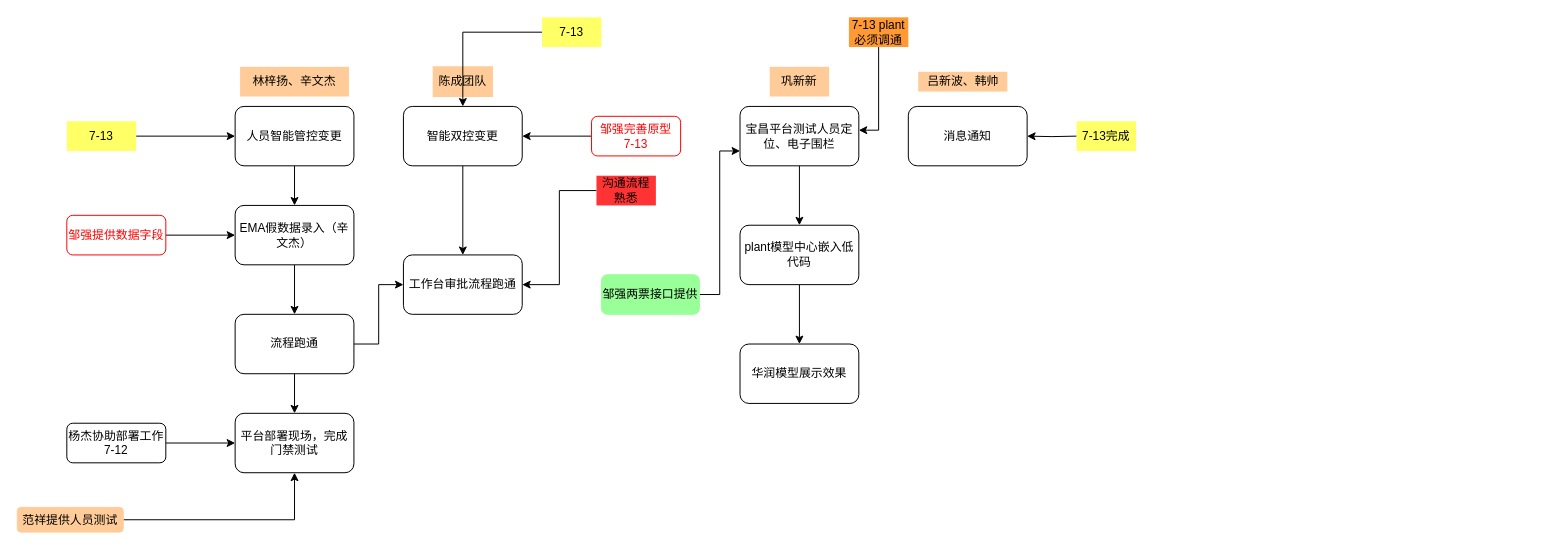
Before: huarun.drawio in xugaoyang/drawio_docs, a draw.io diagram. Source tidied: cells renumbered, new cells numbered last; positions are measured from the earlier drawing's top-left corner, leaving out a move shared by most shapes. Both pictures are drawn from the tidied source at 99%, with x=0, y=0 at pixel (17, 17).
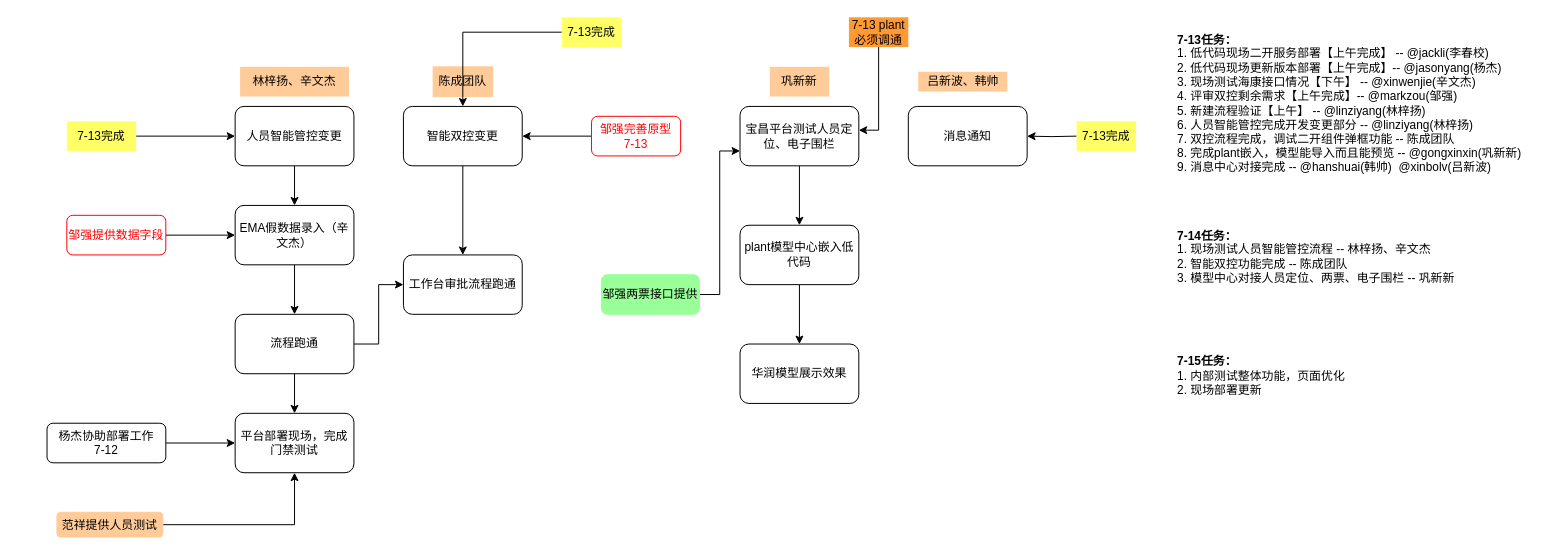
The same page after the edit.

Unchanged cells that the change refers to:
```xml
<mxCell id="17" value="工作台审批流程跑通" style="whiteSpace=wrap;html=1;rounded=1;" parent="1" vertex="1">
  <mxGeometry x="390" y="240" width="120" height="60" as="geometry" />
</mxCell>
```

Change to the diagram source:
```diff
@@
     <mxCell id="30" value="&lt;font color=&quot;#000000&quot;&gt;杨杰协助部署工作&lt;br&gt;7-12&lt;br&gt;&lt;/font&gt;" style="rounded=1;whiteSpace=wrap;html=1;fontColor=#FF0000;strokeColor=#000000;" parent="1" vertex="1">
-      <mxGeometry x="50" y="410" width="100" height="40" as="geometry" />
+      <mxGeometry x="30" y="410" width="120" height="40" as="geometry" />
     </mxCell>
@@
     <mxCell id="32" value="范祥提供人员测试" style="rounded=1;whiteSpace=wrap;html=1;shadow=0;fontColor=#000000;strokeColor=#FFCC99;fillColor=#FFCC99;" parent="1" vertex="1">
-      <mxGeometry y="495" width="107" height="25" as="geometry" />
+      <mxGeometry x="40" y="500" width="107" height="25" as="geometry" />
     </mxCell>
-    <mxCell id="33" style="edgeStyle=orthogonalEdgeStyle;rounded=0;jettySize=auto;html=1;entryX=1;entryY=0.5;entryDx=0;entryDy=0;fontColor=#000000;" parent="1" edge="1" source="34" target="17">
-      <mxGeometry relative="1" as="geometry" />
-    </mxCell>
-    <mxCell id="34" value="沟通流程熟悉" style="text;html=1;strokeColor=none;fillColor=#FF3333;align=center;verticalAlign=middle;whiteSpace=wrap;rounded=0;shadow=0;fontColor=#000000;" parent="1" vertex="1">
-      <mxGeometry x="585" y="160" width="60" height="30" as="geometry" />
-    </mxCell>
@@
-    <mxCell id="38" value="7-13" style="text;html=1;strokeColor=none;fillColor=#FFFF66;align=center;verticalAlign=middle;whiteSpace=wrap;rounded=0;" parent="1" vertex="1">
-      <mxGeometry x="530" width="60" height="30" as="geometry" />
+    <mxCell id="38" value="7-13完成" style="text;html=1;strokeColor=none;fillColor=#FFFF66;align=center;verticalAlign=middle;whiteSpace=wrap;rounded=0;" parent="1" vertex="1">
+      <mxGeometry x="550" width="60" height="30" as="geometry" />
     </mxCell>
@@
-    <mxCell id="40" value="7-13" style="text;html=1;strokeColor=none;fillColor=#FFFF66;align=center;verticalAlign=middle;whiteSpace=wrap;rounded=0;" parent="1" vertex="1">
+    <mxCell id="40" value="7-13完成" style="text;html=1;strokeColor=none;fillColor=#FFFF66;align=center;verticalAlign=middle;whiteSpace=wrap;rounded=0;" parent="1" vertex="1">
       <mxGeometry x="50" y="105" width="70" height="30" as="geometry" />
     </mxCell>
@@
+    <mxCell id="43" value="&lt;b&gt;&lt;br&gt;7-13任务：&lt;/b&gt;&lt;br&gt;1.&amp;nbsp;低代码现场二开服务部署【上午完成】&amp;nbsp;--&amp;nbsp;@jackli(李春校)&amp;nbsp;&amp;nbsp;&lt;br&gt;2.&amp;nbsp;低代码现场更新版本部署【上午完成】--&amp;nbsp;@jasonyang(杨杰)&amp;nbsp;&amp;nbsp;&lt;br&gt;3.&amp;nbsp;现场测试海康接口情况【下午】&amp;nbsp;--&amp;nbsp;@xinwenjie(辛文杰)&amp;nbsp;&amp;nbsp;&lt;br&gt;4.&amp;nbsp;评审双控剩余需求【上午完成】--&amp;nbsp;@markzou(邹强)&amp;nbsp;&amp;nbsp;&lt;br&gt;5.&amp;nbsp;新建流程验证【上午】&amp;nbsp;--&amp;nbsp;@linziyang(林梓扬)&amp;nbsp;&amp;nbsp;&lt;br&gt;6.&amp;nbsp;人员智能管控完成开发变更部分&amp;nbsp;--&amp;nbsp;@linziyang(林梓扬)&amp;nbsp;&amp;nbsp;&lt;br&gt;7.&amp;nbsp;双控流程完成，调试二开组件弹框功能&amp;nbsp;--&amp;nbsp;陈成团队&lt;br&gt;8.&amp;nbsp;完成plant嵌入，模型能导入而且能预览&amp;nbsp;--&amp;nbsp;@gongxinxin(巩新新)&amp;nbsp;&amp;nbsp;&lt;br&gt;9.&amp;nbsp;消息中心对接完成&amp;nbsp;--&amp;nbsp;@hanshuai(韩帅)&amp;nbsp;&amp;nbsp;@xinbolv(吕新波)&amp;nbsp;&amp;nbsp;" style="text;html=1;align=left;verticalAlign=middle;strokeColor=none;fillColor=none;fontColor=#000000;" parent="1" vertex="1">
+      <mxGeometry x="1170" width="370" height="160" as="geometry" />
+    </mxCell>
+    <mxCell id="44" value="&lt;b&gt;&lt;br&gt;7-14任务：&lt;/b&gt;&lt;br&gt;1. 现场测试人员智能管控流程 -- 林梓扬、辛文杰&lt;br&gt;2. 智能双控功能完成 -- 陈成团队&amp;nbsp;&amp;nbsp;&lt;br&gt;3. 模型中心对接人员定位、两票、电子围栏 -- 巩新新&amp;nbsp;" style="text;html=1;align=left;verticalAlign=middle;strokeColor=none;fillColor=none;fontColor=#000000;" parent="1" vertex="1">
+      <mxGeometry x="1170" y="200" width="300" height="70" as="geometry" />
+    </mxCell>
+    <mxCell id="45" value="&lt;b&gt;&lt;br&gt;7-15任务：&lt;/b&gt;&lt;br&gt;1. 内部测试整体功能，页面优化&lt;br&gt;2. 现场部署更新" style="text;html=1;align=left;verticalAlign=middle;strokeColor=none;fillColor=none;fontColor=#000000;" parent="1" vertex="1">
+      <mxGeometry x="1170" y="325" width="190" height="60" as="geometry" />
+    </mxCell>
```
